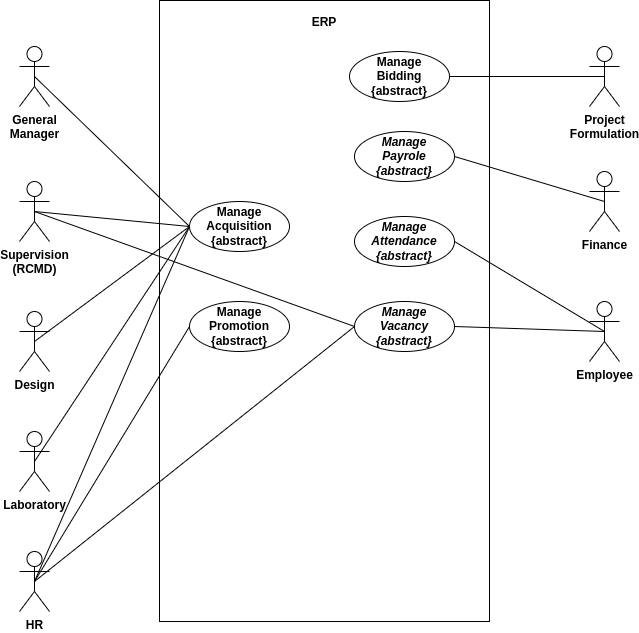
Above: stadia/documentation/system-documentation/usecases/top_level_usecase.drawio.png in Simonbelete/odoo-modules (draw.io), before the change. Source tidied: cells renumbered, new cells last; positions are measured from the earlier drawing's top-left corner, leaving out a move shared by most shapes.
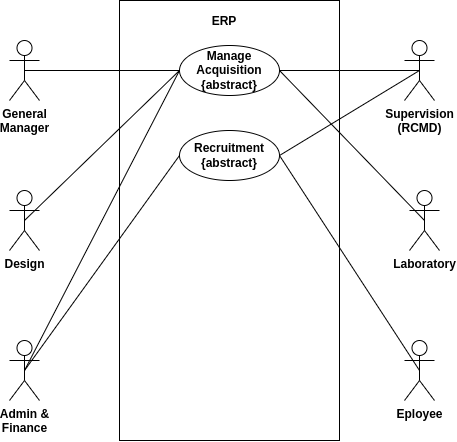
Later version of the same file.

Change to the diagram source:
```diff
@@ -2,89 +2,59 @@
   <root>
     <mxCell id="0" />
     <mxCell id="1" parent="0" />
-    <mxCell id="2" style="rounded=0;whiteSpace=wrap;html=1;" parent="1" vertex="1">
-      <mxGeometry x="140" width="330" height="621" as="geometry" />
-    </mxCell>
+    <mxCell id="30" style="rounded=0;whiteSpace=wrap;html=1;" parent="1" vertex="1">
+      <mxGeometry x="150" y="-709" width="220" height="440" as="geometry" />
+    </mxCell>
     <mxCell id="3" value="ERP" style="text;html=1;strokeColor=none;fillColor=none;align=center;verticalAlign=middle;whiteSpace=wrap;rounded=0;fontStyle=1;" parent="1" vertex="1">
-      <mxGeometry x="230" y="11" width="150" height="21" as="geometry" />
+      <mxGeometry x="180" y="-699" width="150" height="21" as="geometry" />
     </mxCell>
     <mxCell id="4" style="edgeStyle=none;jettySize=auto;html=1;exitX=0.5;exitY=0.5;exitDx=0;exitDy=0;exitPerimeter=0;entryX=0;entryY=0.5;entryDx=0;entryDy=0;endArrow=none;" parent="1" edge="1" source="5" target="10">
       <mxGeometry relative="1" as="geometry" />
     </mxCell>
     <mxCell id="5" value="General&lt;br&gt;Manager" style="shape=umlActor;verticalLabelPosition=bottom;labelBackgroundColor=#ffffff;verticalAlign=top;html=1;outlineConnect=0;fontStyle=1;" parent="1" vertex="1">
-      <mxGeometry y="46" width="30" height="60" as="geometry" />
+      <mxGeometry x="40" y="-669" width="30" height="60" as="geometry" />
     </mxCell>
-    <mxCell id="6" style="edgeStyle=none;jettySize=auto;html=1;exitX=0.5;exitY=0.5;exitDx=0;exitDy=0;exitPerimeter=0;entryX=1;entryY=0.5;entryDx=0;entryDy=0;endArrow=none;" parent="1" edge="1" source="7" target="9">
-      <mxGeometry relative="1" as="geometry" />
-    </mxCell>
-    <mxCell id="7" value="Finance" style="shape=umlActor;verticalLabelPosition=bottom;labelBackgroundColor=#ffffff;verticalAlign=top;html=1;outlineConnect=0;fontStyle=1;" parent="1" vertex="1">
-      <mxGeometry x="570" y="171" width="30" height="60" as="geometry" />
-    </mxCell>
-    <mxCell id="8" value="&lt;span style=&quot;font-style: normal;&quot;&gt;Manage&lt;/span&gt;&lt;br style=&quot;font-style: normal;&quot;&gt;&lt;span style=&quot;font-style: normal;&quot;&gt;Bidding&lt;/span&gt;&lt;br style=&quot;font-style: normal;&quot;&gt;&lt;span style=&quot;font-style: normal;&quot;&gt;{abstract}&lt;/span&gt;" style="ellipse;whiteSpace=wrap;html=1;fontStyle=3;labelBackgroundColor=none;labelBorderColor=none;" parent="1" vertex="1">
-      <mxGeometry x="330" y="51" width="100" height="50" as="geometry" />
-    </mxCell>
-    <mxCell id="9" value="Manage&lt;br&gt;Payrole&lt;br&gt;{abstract}" style="ellipse;whiteSpace=wrap;html=1;fontStyle=3;labelBackgroundColor=none;labelBorderColor=none;" parent="1" vertex="1">
-      <mxGeometry x="335" y="131" width="100" height="50" as="geometry" />
-    </mxCell>
     <mxCell id="10" value="Manage Acquisition&lt;br&gt;{abstract}" style="ellipse;whiteSpace=wrap;html=1;fontStyle=1;labelBackgroundColor=none;labelBorderColor=none;" parent="1" vertex="1">
-      <mxGeometry x="170" y="201" width="100" height="50" as="geometry" />
+      <mxGeometry x="210" y="-664" width="100" height="50" as="geometry" />
     </mxCell>
-    <mxCell id="11" style="edgeStyle=none;jettySize=auto;html=1;exitX=0.5;exitY=0.5;exitDx=0;exitDy=0;exitPerimeter=0;entryX=1;entryY=0.5;entryDx=0;entryDy=0;endArrow=none;" parent="1" edge="1" source="12" target="8">
-      <mxGeometry relative="1" as="geometry" />
-    </mxCell>
-    <mxCell id="12" value="Project&lt;br&gt;Formulation" style="shape=umlActor;verticalLabelPosition=bottom;labelBackgroundColor=#ffffff;verticalAlign=top;html=1;outlineConnect=0;fontStyle=1;" parent="1" vertex="1">
-      <mxGeometry x="570" y="46" width="30" height="60" as="geometry" />
-    </mxCell>
     <mxCell id="13" value="Supervision&lt;br&gt;(RCMD)" style="shape=umlActor;verticalLabelPosition=bottom;labelBackgroundColor=#ffffff;verticalAlign=top;html=1;outlineConnect=0;fontStyle=1;" parent="1" vertex="1">
-      <mxGeometry y="181" width="30" height="60" as="geometry" />
+      <mxGeometry x="435" y="-669" width="30" height="60" as="geometry" />
     </mxCell>
-    <mxCell id="14" style="edgeStyle=none;jettySize=auto;html=1;exitX=0.5;exitY=0.5;exitDx=0;exitDy=0;exitPerimeter=0;entryX=0;entryY=0.5;entryDx=0;entryDy=0;endArrow=none;" parent="1" edge="1" source="13" target="10">
-      <mxGeometry relative="1" as="geometry" />
-    </mxCell>
     <mxCell id="15" value="Design&lt;br&gt;" style="shape=umlActor;verticalLabelPosition=bottom;labelBackgroundColor=#ffffff;verticalAlign=top;html=1;outlineConnect=0;fontStyle=1;" parent="1" vertex="1">
-      <mxGeometry y="311" width="30" height="60" as="geometry" />
+      <mxGeometry x="40" y="-519" width="30" height="60" as="geometry" />
     </mxCell>
-    <mxCell id="16" value="Employee" style="shape=umlActor;verticalLabelPosition=bottom;labelBackgroundColor=#ffffff;verticalAlign=top;html=1;outlineConnect=0;fontStyle=1;" parent="1" vertex="1">
-      <mxGeometry x="570" y="301" width="30" height="60" as="geometry" />
-    </mxCell>
-    <mxCell id="17" value="Manage&lt;br&gt;Attendance&lt;br&gt;{abstract}" style="ellipse;whiteSpace=wrap;html=1;fontStyle=3;labelBackgroundColor=none;labelBorderColor=none;" parent="1" vertex="1">
-      <mxGeometry x="335" y="216" width="100" height="50" as="geometry" />
-    </mxCell>
-    <mxCell id="18" style="edgeStyle=none;jettySize=auto;html=1;exitX=0.5;exitY=0.5;exitDx=0;exitDy=0;exitPerimeter=0;entryX=1;entryY=0.5;entryDx=0;entryDy=0;endArrow=none;" parent="1" edge="1" source="16" target="17">
-      <mxGeometry relative="1" as="geometry" />
-    </mxCell>
     <mxCell id="19" value="Laboratory" style="shape=umlActor;verticalLabelPosition=bottom;labelBackgroundColor=#ffffff;verticalAlign=top;html=1;outlineConnect=0;fontStyle=1;" parent="1" vertex="1">
-      <mxGeometry y="431" width="30" height="60" as="geometry" />
+      <mxGeometry x="440" y="-519" width="30" height="60" as="geometry" />
     </mxCell>
     <mxCell id="20" style="edgeStyle=none;jettySize=auto;html=1;exitX=0.5;exitY=0.5;exitDx=0;exitDy=0;exitPerimeter=0;endArrow=none;entryX=0;entryY=0.5;entryDx=0;entryDy=0;" parent="1" edge="1" source="15" target="10">
       <mxGeometry relative="1" as="geometry" />
     </mxCell>
-    <mxCell id="21" style="edgeStyle=none;jettySize=auto;html=1;exitX=0.5;exitY=0.5;exitDx=0;exitDy=0;exitPerimeter=0;endArrow=none;entryX=0;entryY=0.5;entryDx=0;entryDy=0;" parent="1" edge="1" source="19" target="10">
+    <mxCell id="21" style="edgeStyle=none;jettySize=auto;html=1;exitX=0.5;exitY=0.5;exitDx=0;exitDy=0;exitPerimeter=0;endArrow=none;entryX=1;entryY=0.5;entryDx=0;entryDy=0;" parent="1" edge="1" source="19" target="10">
       <mxGeometry relative="1" as="geometry" />
     </mxCell>
-    <mxCell id="22" value="Manage Promotion&lt;br&gt;{abstract}" style="ellipse;whiteSpace=wrap;html=1;fontStyle=1;labelBackgroundColor=none;labelBorderColor=none;" parent="1" vertex="1">
-      <mxGeometry x="170" y="301" width="100" height="50" as="geometry" />
-    </mxCell>
-    <mxCell id="23" value="HR" style="shape=umlActor;verticalLabelPosition=bottom;labelBackgroundColor=#ffffff;verticalAlign=top;html=1;outlineConnect=0;fontStyle=1;" parent="1" vertex="1">
-      <mxGeometry y="551" width="30" height="60" as="geometry" />
-    </mxCell>
-    <mxCell id="24" style="edgeStyle=none;jettySize=auto;html=1;exitX=0.5;exitY=0.5;exitDx=0;exitDy=0;exitPerimeter=0;endArrow=none;entryX=0;entryY=0.5;entryDx=0;entryDy=0;" parent="1" edge="1" source="23" target="10">
-      <mxGeometry relative="1" as="geometry" />
-    </mxCell>
-    <mxCell id="25" style="edgeStyle=none;jettySize=auto;html=1;exitX=0.5;exitY=0.5;exitDx=0;exitDy=0;exitPerimeter=0;endArrow=none;entryX=0;entryY=0.5;entryDx=0;entryDy=0;" parent="1" edge="1" source="23" target="22">
-      <mxGeometry relative="1" as="geometry" />
-    </mxCell>
-    <mxCell id="26" value="Manage&lt;br&gt;Vacancy&lt;br&gt;{abstract}" style="ellipse;whiteSpace=wrap;html=1;fontStyle=3;labelBackgroundColor=none;labelBorderColor=none;" parent="1" vertex="1">
-      <mxGeometry x="335" y="301" width="100" height="50" as="geometry" />
-    </mxCell>
-    <mxCell id="27" style="edgeStyle=none;jettySize=auto;html=1;exitX=0.5;exitY=0.5;exitDx=0;exitDy=0;exitPerimeter=0;endArrow=none;entryX=0;entryY=0.5;entryDx=0;entryDy=0;" parent="1" edge="1" source="23" target="26">
-      <mxGeometry relative="1" as="geometry" />
-    </mxCell>
-    <mxCell id="28" style="edgeStyle=none;jettySize=auto;html=1;exitX=0.5;exitY=0.5;exitDx=0;exitDy=0;exitPerimeter=0;entryX=1;entryY=0.5;entryDx=0;entryDy=0;endArrow=none;" parent="1" edge="1" source="16" target="26">
-      <mxGeometry relative="1" as="geometry" />
-    </mxCell>
-    <mxCell id="29" style="edgeStyle=none;jettySize=auto;html=1;exitX=0.5;exitY=0.5;exitDx=0;exitDy=0;exitPerimeter=0;entryX=0;entryY=0.5;entryDx=0;entryDy=0;endArrow=none;" parent="1" edge="1" source="13" target="26">
-      <mxGeometry relative="1" as="geometry" />
-    </mxCell>
+    <mxCell id="31" value="Admin &amp;amp;&lt;br&gt;Finance" style="shape=umlActor;verticalLabelPosition=bottom;labelBackgroundColor=#ffffff;verticalAlign=top;html=1;outlineConnect=0;fontStyle=1;" parent="1" vertex="1">
+      <mxGeometry x="40" y="-369" width="30" height="60" as="geometry" />
+    </mxCell>
+    <mxCell id="32" style="edgeStyle=none;jettySize=auto;html=1;exitX=0.5;exitY=0.5;exitDx=0;exitDy=0;exitPerimeter=0;endArrow=none;entryX=0;entryY=0.5;entryDx=0;entryDy=0;" parent="1" edge="1" source="31" target="10">
+      <mxGeometry relative="1" as="geometry" />
+    </mxCell>
+    <mxCell id="14" style="edgeStyle=none;jettySize=auto;html=1;exitX=0.5;exitY=0.5;exitDx=0;exitDy=0;exitPerimeter=0;endArrow=none;entryX=1;entryY=0.5;entryDx=0;entryDy=0;" parent="1" edge="1" source="13" target="10">
+      <mxGeometry relative="1" as="geometry" />
+    </mxCell>
+    <mxCell id="33" value="Recruitment&lt;br&gt;{abstract}" style="ellipse;whiteSpace=wrap;html=1;fontStyle=1;labelBackgroundColor=none;labelBorderColor=none;" parent="1" vertex="1">
+      <mxGeometry x="210" y="-579" width="100" height="50" as="geometry" />
+    </mxCell>
+    <mxCell id="34" style="edgeStyle=none;jettySize=auto;html=1;exitX=0.5;exitY=0.5;exitDx=0;exitDy=0;exitPerimeter=0;endArrow=none;entryX=0;entryY=0.5;entryDx=0;entryDy=0;" parent="1" edge="1" source="31" target="33">
+      <mxGeometry relative="1" as="geometry" />
+    </mxCell>
+    <mxCell id="35" value="Eployee" style="shape=umlActor;verticalLabelPosition=bottom;labelBackgroundColor=#ffffff;verticalAlign=top;html=1;outlineConnect=0;fontStyle=1;" parent="1" vertex="1">
+      <mxGeometry x="435" y="-369" width="30" height="60" as="geometry" />
+    </mxCell>
+    <mxCell id="36" style="edgeStyle=none;jettySize=auto;html=1;exitX=0.5;exitY=0.5;exitDx=0;exitDy=0;exitPerimeter=0;endArrow=none;entryX=1;entryY=0.5;entryDx=0;entryDy=0;" parent="1" edge="1" source="35" target="33">
+      <mxGeometry relative="1" as="geometry" />
+    </mxCell>
+    <mxCell id="37" style="edgeStyle=none;jettySize=auto;html=1;exitX=0.5;exitY=0.5;exitDx=0;exitDy=0;exitPerimeter=0;endArrow=none;entryX=1;entryY=0.5;entryDx=0;entryDy=0;" parent="1" edge="1" source="13" target="33">
+      <mxGeometry relative="1" as="geometry" />
+    </mxCell>
   </root>
 </mxGraphModel>
```
